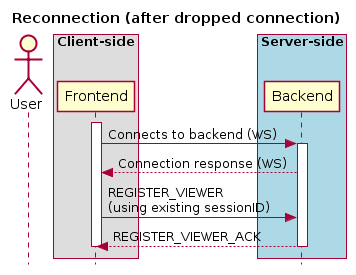
CARTAvis/carta-protobuf keeps this PlantUML diagram as docs/images/image22.png. Above is the earlier version.
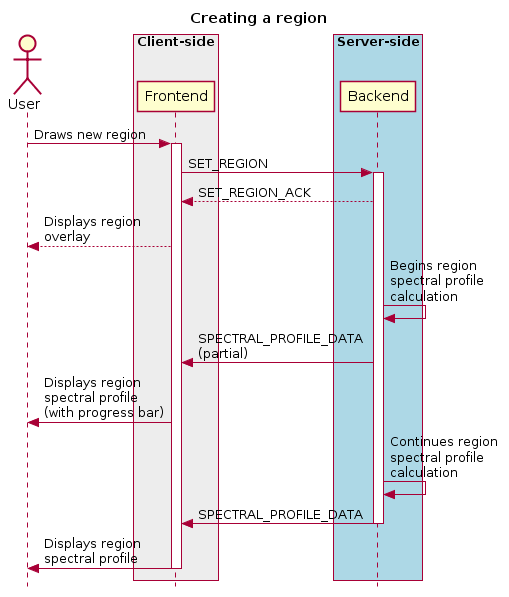
Above is the later version.

Change to the diagram source:
```diff
@@ -1,22 +1,28 @@
 @startuml
 skinparam style strictuml
 hide footbox
-title Reconnection (after dropped connection)
+title Creating a region
 
 actor User
-box "Client-side"
-participant Frontend
+box "Client-side" #EDEDED
+        participant Frontend
 end box
 
 box "Server-side" #lightblue
-participant Backend
+	participant Backend
 end box
+User -> Frontend: Draws new region
 activate Frontend
-Frontend -> Backend : Connects to backend (WS)
+Frontend -> Backend : SET_REGION
 activate Backend
-Frontend <-- Backend : Connection response (WS)
-Frontend -> Backend : REGISTER_VIEWER\n(using existing sessionID)
-Frontend <-- Backend : REGISTER_VIEWER_ACK
+Frontend <-- Backend : SET_REGION_ACK
+User <-- Frontend: Displays region\noverlay
+Backend <- Backend : Begins region\nspectral profile\ncalculation
+Frontend <- Backend : SPECTRAL_PROFILE_DATA\n(partial)
+User <- Frontend : Displays region\nspectral profile\n(with progress bar)
+Backend <- Backend : Continues region\nspectral profile\ncalculation
+Frontend <- Backend : SPECTRAL_PROFILE_DATA
+deactivate Backend
+User <- Frontend : Displays region\nspectral profile
 deactivate Frontend
-deactivate Backend
 @enduml
```
